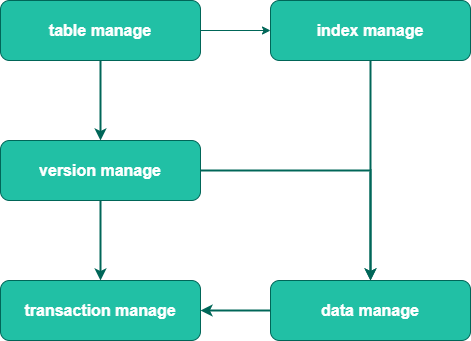
ggymm/db keeps this draw.io diagram as docs/model.png. Above is the earlier version. Source tidied: cells renumbered, new cells last; positions are measured from the earlier drawing's top-left corner, leaving out a move shared by most shapes. The source it was exported from:
```xml
<mxGraphModel>
  <root>
    <mxCell id="0" />
    <mxCell id="1" parent="0" />
    <mxCell id="2" style="edgeStyle=orthogonalEdgeStyle;rounded=0;jettySize=auto;html=1;strokeColor=#006658;fontColor=#FFFFFF;fontSize=16;fontStyle=1;strokeWidth=2;" parent="1" edge="1" source="4" target="7">
      <mxGeometry relative="1" as="geometry" />
    </mxCell>
    <mxCell id="3" style="edgeStyle=orthogonalEdgeStyle;rounded=0;jettySize=auto;html=1;strokeColor=#006658;fontColor=#FFFFFF;fontSize=16;fontStyle=1;" parent="1" edge="1" source="4" target="12">
      <mxGeometry relative="1" as="geometry" />
    </mxCell>
    <mxCell id="4" value="table manage" style="rounded=1;whiteSpace=wrap;html=1;fillColor=#21C0A5;strokeColor=#006658;fontColor=#FFFFFF;fontSize=16;fontStyle=1;" parent="1" vertex="1">
      <mxGeometry width="200" height="60" as="geometry" />
    </mxCell>
    <mxCell id="5" style="edgeStyle=orthogonalEdgeStyle;rounded=0;jettySize=auto;html=1;strokeColor=#006658;fontColor=#FFFFFF;fontSize=16;fontStyle=1;strokeWidth=2;" parent="1" edge="1" source="7" target="9">
      <mxGeometry relative="1" as="geometry" />
    </mxCell>
    <mxCell id="6" style="edgeStyle=orthogonalEdgeStyle;rounded=0;jettySize=auto;html=1;strokeColor=#006658;fontColor=#FFFFFF;fontSize=16;fontStyle=1;strokeWidth=2;" parent="1" edge="1" source="7" target="10">
      <mxGeometry relative="1" as="geometry" />
    </mxCell>
    <mxCell id="7" value="version manage" style="whiteSpace=wrap;html=1;rounded=1;fillColor=#21C0A5;strokeColor=#006658;fontColor=#FFFFFF;fontSize=16;fontStyle=1;" parent="1" vertex="1">
      <mxGeometry y="140" width="200" height="60" as="geometry" />
    </mxCell>
    <mxCell id="8" style="edgeStyle=orthogonalEdgeStyle;rounded=0;jettySize=auto;html=1;entryX=1;entryY=0.5;entryDx=0;entryDy=0;exitX=0;exitY=0.5;exitDx=0;exitDy=0;strokeColor=#006658;fontColor=#FFFFFF;fontSize=16;fontStyle=1;strokeWidth=2;" parent="1" edge="1" source="10" target="9">
      <mxGeometry relative="1" as="geometry" />
    </mxCell>
    <mxCell id="9" value="transaction manage" style="whiteSpace=wrap;html=1;rounded=1;fillColor=#21C0A5;strokeColor=#006658;fontColor=#FFFFFF;fontSize=16;fontStyle=1;" parent="1" vertex="1">
      <mxGeometry y="280" width="200" height="60" as="geometry" />
    </mxCell>
    <mxCell id="10" value="data manage" style="whiteSpace=wrap;html=1;rounded=1;fillColor=#21C0A5;strokeColor=#006658;fontColor=#FFFFFF;fontSize=16;fontStyle=1;" parent="1" vertex="1">
      <mxGeometry x="270" y="280" width="200" height="60" as="geometry" />
    </mxCell>
    <mxCell id="11" style="edgeStyle=orthogonalEdgeStyle;rounded=0;jettySize=auto;html=1;strokeColor=#006658;fontColor=#FFFFFF;fontSize=16;fontStyle=1;strokeWidth=2;" parent="1" edge="1" source="12" target="10">
      <mxGeometry relative="1" as="geometry" />
    </mxCell>
    <mxCell id="12" value="index manage" style="rounded=1;whiteSpace=wrap;html=1;fillColor=#21C0A5;strokeColor=#006658;fontColor=#FFFFFF;fontSize=16;fontStyle=1;" parent="1" vertex="1">
      <mxGeometry x="270" width="200" height="60" as="geometry" />
    </mxCell>
  </root>
</mxGraphModel>
```
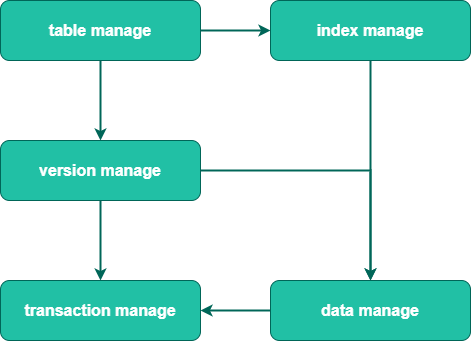
The same file after the commit.

Change to the diagram source:
```diff
@@ -5,7 +5,7 @@
     <mxCell id="2" style="edgeStyle=orthogonalEdgeStyle;rounded=0;jettySize=auto;html=1;strokeColor=#006658;fontColor=#FFFFFF;fontSize=16;fontStyle=1;strokeWidth=2;" parent="1" edge="1" source="4" target="7">
       <mxGeometry relative="1" as="geometry" />
     </mxCell>
-    <mxCell id="3" style="edgeStyle=orthogonalEdgeStyle;rounded=0;jettySize=auto;html=1;strokeColor=#006658;fontColor=#FFFFFF;fontSize=16;fontStyle=1;" parent="1" edge="1" source="4" target="12">
+    <mxCell id="3" style="edgeStyle=orthogonalEdgeStyle;rounded=0;jettySize=auto;html=1;strokeColor=#006658;fontColor=#FFFFFF;fontSize=16;fontStyle=1;strokeWidth=2;" parent="1" edge="1" source="4" target="12">
       <mxGeometry relative="1" as="geometry" />
     </mxCell>
     <mxCell id="4" value="table manage" style="rounded=1;whiteSpace=wrap;html=1;fillColor=#21C0A5;strokeColor=#006658;fontColor=#FFFFFF;fontSize=16;fontStyle=1;" parent="1" vertex="1">
```
